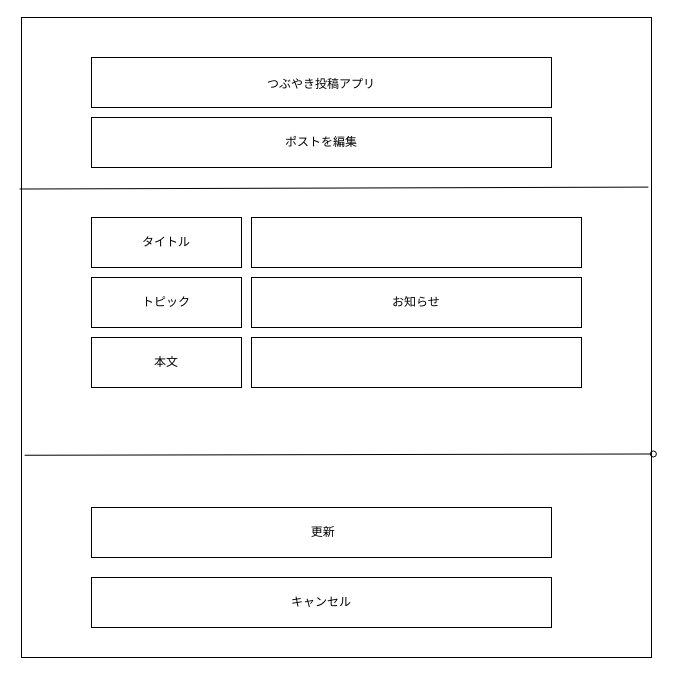
yoko-bessho/post-app-practice keeps this draw.io diagram as docs/13-3/post-wireframe.drawio. Above is the earlier version. Source tidied: cells renumbered, new cells numbered last; positions are measured from the earlier drawing's top-left corner, leaving out a move shared by most shapes. Both pictures are drawn from the tidied source at 100%, with x=0, y=0 at pixel (21, 17).
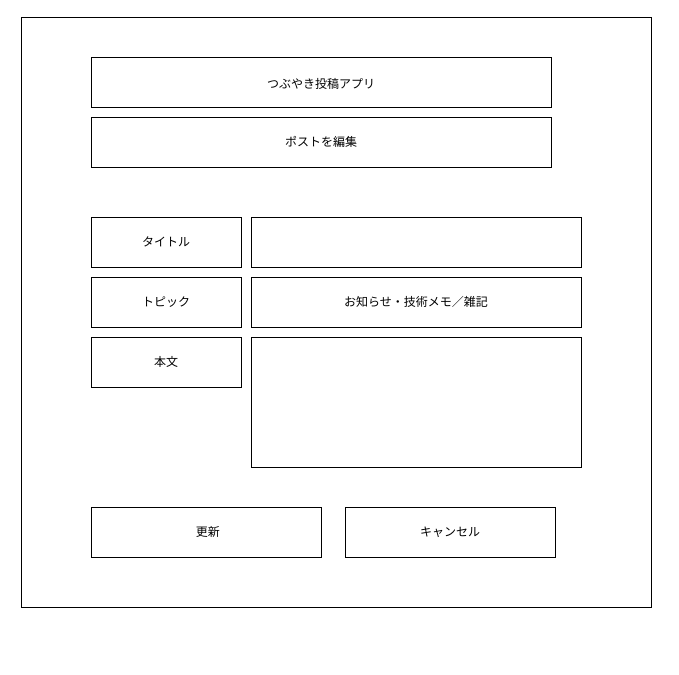
Above is the later version.

Change to the diagram source:
```diff
@@
 <mxGraphModel>
   <root>
     <mxCell id="0" />
     <mxCell id="1" parent="0" />
     <mxCell id="2" style="rounded=0;whiteSpace=wrap;html=1;" parent="1" vertex="1">
-      <mxGeometry width="630" height="640" as="geometry" />
+      <mxGeometry width="630" height="590" as="geometry" />
     </mxCell>
     <mxCell id="3" value="&lt;p class=&quot;p1&quot; style=&quot;margin: 0px; font-style: normal; font-variant: normal; font-size-adjust: none; font-language-override: normal; font-kerning: auto; font-optical-sizing: auto; font-feature-settings: normal; font-variation-settings: normal; font-stretch: normal; font-size: 12px; line-height: normal; font-family: &amp;quot;Hiragino Sans&amp;quot;; color: rgb(0, 0, 0); text-align: start;&quot;&gt;つぶやき投稿アプリ&lt;/p&gt;" style="rounded=0;whiteSpace=wrap;html=1;" parent="1" vertex="1">
       <mxGeometry x="70" y="40" width="460" height="50" as="geometry" />
     </mxCell>
     <mxCell id="4" value="ポストを編集" style="rounded=0;whiteSpace=wrap;html=1;" parent="1" vertex="1">
       <mxGeometry x="70" y="100" width="460" height="50" as="geometry" />
     </mxCell>
-    <mxCell id="5" style="endArrow=none;html=1;rounded=0;defaultLabelBackgroundColor=page;labelPadding=0 4;entryX=-0.003;entryY=0.268;entryDx=0;entryDy=0;entryPerimeter=0;exitX=0.995;exitY=0.265;exitDx=0;exitDy=0;exitPerimeter=0;" parent="1" edge="1" source="2" target="2">
-      <mxGeometry relative="1" as="geometry" />
-    </mxCell>
     <mxCell id="6" value="タイトル" style="rounded=0;whiteSpace=wrap;html=1;" parent="1" vertex="1">
       <mxGeometry x="70" y="200" width="150" height="50" as="geometry" />
     </mxCell>
     <mxCell id="7" style="rounded=0;whiteSpace=wrap;html=1;" parent="1" vertex="1">
       <mxGeometry x="230" y="200" width="330" height="50" as="geometry" />
     </mxCell>
     <mxCell id="8" value="本文" style="rounded=0;whiteSpace=wrap;html=1;" parent="1" vertex="1">
       <mxGeometry x="70" y="320" width="150" height="50" as="geometry" />
     </mxCell>
     <mxCell id="9" value="トピック" style="rounded=0;whiteSpace=wrap;html=1;" parent="1" vertex="1">
       <mxGeometry x="70" y="260" width="150" height="50" as="geometry" />
     </mxCell>
     <mxCell id="10" style="rounded=0;whiteSpace=wrap;html=1;" parent="1" vertex="1">
-      <mxGeometry x="230" y="320" width="330" height="50" as="geometry" />
+      <mxGeometry x="230" y="320" width="330" height="130" as="geometry" />
     </mxCell>
-    <mxCell id="11" value="お知らせ" style="rounded=0;whiteSpace=wrap;html=1;" parent="1" vertex="1">
+    <mxCell id="11" value="お知らせ・技術メモ／雑記" style="rounded=0;whiteSpace=wrap;html=1;" parent="1" vertex="1">
       <mxGeometry x="230" y="260" width="330" height="50" as="geometry" />
     </mxCell>
     <mxCell id="12" value="&amp;nbsp;更新" style="rounded=0;whiteSpace=wrap;html=1;" parent="1" vertex="1">
-      <mxGeometry x="70" y="490" width="460" height="50" as="geometry" />
+      <mxGeometry x="70" y="490" width="230" height="50" as="geometry" />
     </mxCell>
     <mxCell id="13" value="キャンセル" style="rounded=0;whiteSpace=wrap;html=1;" parent="1" vertex="1">
-      <mxGeometry x="70" y="560" width="460" height="50" as="geometry" />
+      <mxGeometry x="324" y="490" width="210" height="50" as="geometry" />
     </mxCell>
-    <mxCell id="14" style="endArrow=oval;html=1;rounded=0;defaultLabelBackgroundColor=page;labelPadding=0 4;exitX=0.005;exitY=0.684;exitDx=0;exitDy=0;exitPerimeter=0;entryX=1.003;entryY=0.682;entryDx=0;entryDy=0;entryPerimeter=0;endFill=0;" parent="1" edge="1" source="2" target="2">
-      <mxGeometry relative="1" as="geometry" />
-    </mxCell>
   </root>
 </mxGraphModel>
```
